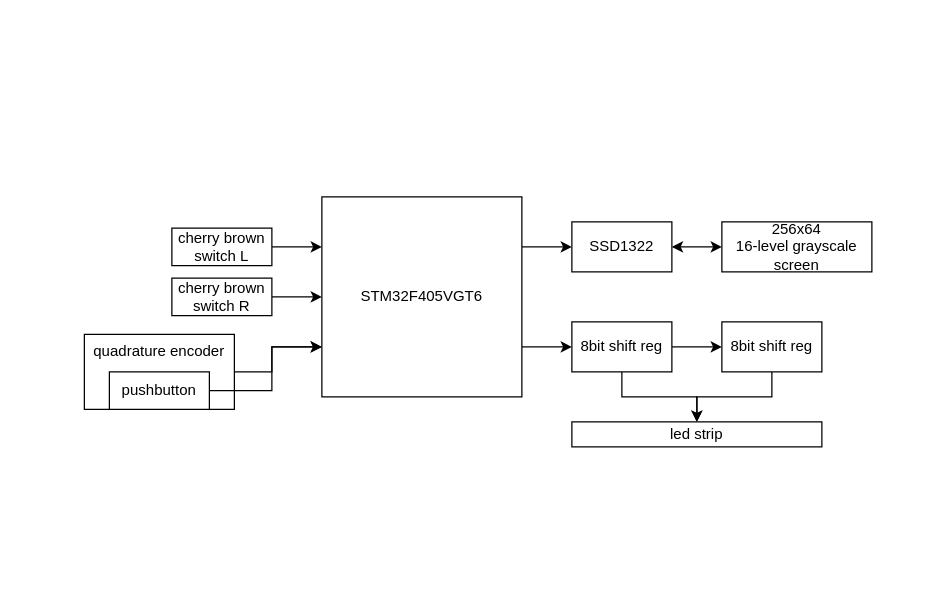
Above: sbc3.drawio in lprib/drawio (draw.io), before the change. Source tidied: cells renumbered, new cells numbered last; positions are measured from the earlier drawing's top-left corner, leaving out a move shared by most shapes. Both pictures are drawn from the tidied source at 125%, with x=0, y=0 at pixel (84, 196).
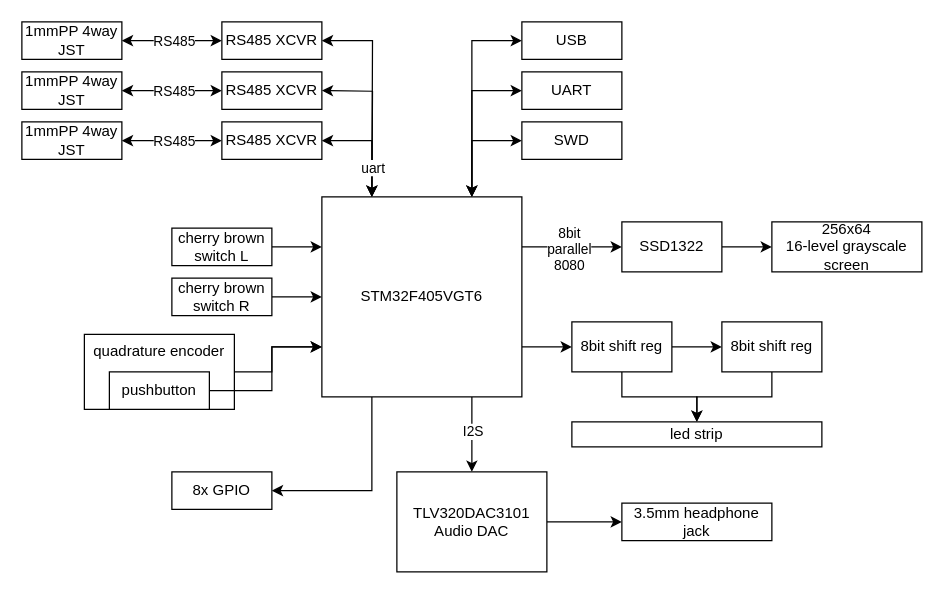
The same page after the edit.

Unchanged cells that the change refers to:
```xml
<mxCell id="2" style="edgeStyle=orthogonalEdgeStyle;rounded=0;jettySize=auto;html=1;entryX=0;entryY=0.5;entryDx=0;entryDy=0;exitX=1;exitY=0.25;exitDx=0;exitDy=0;" parent="1" edge="1" source="4" target="6">
  <mxGeometry relative="1" as="geometry" />
</mxCell>
<mxCell id="4" value="STM32F405VGT6" style="rounded=0;whiteSpace=wrap;html=1;" parent="1" vertex="1">
  <mxGeometry x="190" width="160" height="160" as="geometry" />
</mxCell>
```

What changed in the source:
```diff
@@
+    <mxCell id="22" value="&lt;div&gt;8bit&lt;/div&gt;&lt;div&gt;parallel&lt;/div&gt;&lt;div&gt;8080&lt;br&gt;&lt;/div&gt;" style="edgeLabel;html=1;align=center;verticalAlign=middle;" parent="2" vertex="1">
+      <mxGeometry x="-0.07" y="-1" relative="1" as="geometry" />
+    </mxCell>
@@
+    <mxCell id="23" style="edgeStyle=orthogonalEdgeStyle;rounded=0;jettySize=auto;html=1;entryX=0.5;entryY=0;entryDx=0;entryDy=0;exitX=0.75;exitY=1;exitDx=0;exitDy=0;" parent="1" edge="1" source="4" target="41">
+      <mxGeometry relative="1" as="geometry" />
+    </mxCell>
+    <mxCell id="24" value="I2S" style="edgeLabel;html=1;align=center;verticalAlign=middle;" parent="23" vertex="1">
+      <mxGeometry x="-0.09" relative="1" as="geometry" />
+    </mxCell>
+    <mxCell id="25" style="edgeStyle=orthogonalEdgeStyle;rounded=0;jettySize=auto;html=1;entryX=1;entryY=0.5;entryDx=0;entryDy=0;exitX=0.25;exitY=1;exitDx=0;exitDy=0;" parent="1" edge="1" source="4" target="51">
+      <mxGeometry relative="1" as="geometry" />
+    </mxCell>
@@
-    <mxCell id="5" style="edgeStyle=orthogonalEdgeStyle;rounded=0;jettySize=auto;html=1;entryX=0;entryY=0.5;entryDx=0;entryDy=0;startArrow=classic;startFill=1;" parent="1" edge="1" source="6" target="7">
+    <mxCell id="5" style="edgeStyle=orthogonalEdgeStyle;rounded=0;jettySize=auto;html=1;entryX=0;entryY=0.5;entryDx=0;entryDy=0;startArrow=none;startFill=0;" parent="1" edge="1" source="6" target="7">
       <mxGeometry relative="1" as="geometry" />
     </mxCell>
     <mxCell id="6" value="SSD1322" style="rounded=0;whiteSpace=wrap;html=1;" parent="1" vertex="1">
-      <mxGeometry x="390" y="20" width="80" height="40" as="geometry" />
+      <mxGeometry x="430" y="20" width="80" height="40" as="geometry" />
     </mxCell>
     <mxCell id="7" value="&lt;div&gt;256x64&lt;/div&gt;&lt;div&gt;16-level grayscale screen&lt;br&gt;&lt;/div&gt;" style="rounded=0;whiteSpace=wrap;html=1;" parent="1" vertex="1">
-      <mxGeometry x="510" y="20" width="120" height="40" as="geometry" />
+      <mxGeometry x="550" y="20" width="120" height="40" as="geometry" />
     </mxCell>
@@
+    <mxCell id="26" style="edgeStyle=orthogonalEdgeStyle;rounded=0;jettySize=auto;html=1;entryX=0.75;entryY=0;entryDx=0;entryDy=0;startArrow=classic;startFill=1;" parent="1" edge="1" source="27" target="4">
+      <mxGeometry relative="1" as="geometry">
+        <Array as="points">
+          <mxPoint x="310" y="-125" />
+        </Array>
+      </mxGeometry>
+    </mxCell>
+    <mxCell id="27" value="USB" style="rounded=0;whiteSpace=wrap;html=1;" parent="1" vertex="1">
+      <mxGeometry x="350" y="-140" width="80" height="30" as="geometry" />
+    </mxCell>
+    <mxCell id="28" style="edgeStyle=orthogonalEdgeStyle;rounded=0;jettySize=auto;html=1;entryX=0.75;entryY=0;entryDx=0;entryDy=0;startArrow=classic;startFill=1;" parent="1" edge="1" source="29" target="4">
+      <mxGeometry relative="1" as="geometry">
+        <Array as="points">
+          <mxPoint x="310" y="-85" />
+        </Array>
+      </mxGeometry>
+    </mxCell>
+    <mxCell id="29" value="UART" style="rounded=0;whiteSpace=wrap;html=1;" parent="1" vertex="1">
+      <mxGeometry x="350" y="-100" width="80" height="30" as="geometry" />
+    </mxCell>
+    <mxCell id="30" style="edgeStyle=orthogonalEdgeStyle;rounded=0;jettySize=auto;html=1;entryX=0.75;entryY=0;entryDx=0;entryDy=0;startArrow=classic;startFill=1;" parent="1" edge="1" source="31" target="4">
+      <mxGeometry relative="1" as="geometry">
+        <Array as="points">
+          <mxPoint x="310" y="-45" />
+        </Array>
+      </mxGeometry>
+    </mxCell>
+    <mxCell id="31" value="SWD" style="rounded=0;whiteSpace=wrap;html=1;" parent="1" vertex="1">
+      <mxGeometry x="350" y="-60" width="80" height="30" as="geometry" />
+    </mxCell>
+    <mxCell id="32" style="edgeStyle=orthogonalEdgeStyle;rounded=0;jettySize=auto;html=1;startArrow=classic;startFill=1;" parent="1" edge="1" source="33">
+      <mxGeometry relative="1" as="geometry">
+        <mxPoint x="230" as="targetPoint" />
+      </mxGeometry>
+    </mxCell>
+    <mxCell id="33" value="RS485 XCVR" style="rounded=0;whiteSpace=wrap;html=1;" parent="1" vertex="1">
+      <mxGeometry x="110" y="-140" width="80" height="30" as="geometry" />
+    </mxCell>
+    <mxCell id="34" style="edgeStyle=orthogonalEdgeStyle;rounded=0;jettySize=auto;html=1;entryX=0;entryY=0.5;entryDx=0;entryDy=0;startArrow=classic;startFill=1;" parent="1" edge="1" source="36" target="33">
+      <mxGeometry relative="1" as="geometry" />
+    </mxCell>
+    <mxCell id="35" value="RS485" style="edgeLabel;html=1;align=center;verticalAlign=middle;" parent="34" vertex="1">
+      <mxGeometry x="0.02" relative="1" as="geometry" />
+    </mxCell>
+    <mxCell id="36" value="1mmPP 4way JST" style="rounded=0;whiteSpace=wrap;html=1;" parent="1" vertex="1">
+      <mxGeometry x="-50" y="-140" width="80" height="30" as="geometry" />
+    </mxCell>
+    <mxCell id="37" style="edgeStyle=orthogonalEdgeStyle;rounded=0;orthogonalLoop=1;jettySize=auto;html=1;startArrow=classic;startFill=1;" parent="1" edge="1">
+      <mxGeometry relative="1" as="geometry">
+        <mxPoint x="190" y="-85" as="sourcePoint" />
+        <mxPoint x="230" as="targetPoint" />
+      </mxGeometry>
+    </mxCell>
+    <mxCell id="38" style="edgeStyle=orthogonalEdgeStyle;rounded=0;jettySize=auto;html=1;entryX=0.25;entryY=0;entryDx=0;entryDy=0;startArrow=classic;startFill=1;" parent="1" edge="1" target="4">
+      <mxGeometry relative="1" as="geometry">
+        <mxPoint x="190" y="-45" as="sourcePoint" />
+        <Array as="points">
+          <mxPoint x="230" y="-45" />
+        </Array>
+      </mxGeometry>
+    </mxCell>
+    <mxCell id="39" value="uart" style="edgeLabel;html=1;align=center;verticalAlign=middle;" parent="38" vertex="1">
+      <mxGeometry x="0.44" relative="1" as="geometry" />
+    </mxCell>
+    <mxCell id="40" style="edgeStyle=orthogonalEdgeStyle;rounded=0;jettySize=auto;html=1;entryX=0;entryY=0.5;entryDx=0;entryDy=0;" parent="1" edge="1" source="41" target="50">
+      <mxGeometry relative="1" as="geometry" />
+    </mxCell>
+    <mxCell id="41" value="&lt;div&gt;TLV320DAC3101&lt;/div&gt;&lt;div&gt;Audio DAC&lt;br&gt;&lt;/div&gt;" style="rounded=0;whiteSpace=wrap;html=1;" parent="1" vertex="1">
+      <mxGeometry x="250" y="220" width="120" height="80" as="geometry" />
+    </mxCell>
+    <mxCell id="42" value="1mmPP 4way JST" style="rounded=0;whiteSpace=wrap;html=1;" parent="1" vertex="1">
+      <mxGeometry x="-50" y="-100" width="80" height="30" as="geometry" />
+    </mxCell>
+    <mxCell id="43" style="edgeStyle=orthogonalEdgeStyle;rounded=0;jettySize=auto;html=1;entryX=0;entryY=0.5;entryDx=0;entryDy=0;startArrow=classic;startFill=1;" parent="1" edge="1" source="42" target="45">
+      <mxGeometry relative="1" as="geometry" />
+    </mxCell>
+    <mxCell id="44" value="RS485" style="edgeLabel;html=1;align=center;verticalAlign=middle;" parent="43" vertex="1">
+      <mxGeometry x="0.02" relative="1" as="geometry" />
+    </mxCell>
+    <mxCell id="45" value="RS485 XCVR" style="rounded=0;whiteSpace=wrap;html=1;" parent="1" vertex="1">
+      <mxGeometry x="110" y="-100" width="80" height="30" as="geometry" />
+    </mxCell>
+    <mxCell id="46" value="1mmPP 4way JST" style="rounded=0;whiteSpace=wrap;html=1;" parent="1" vertex="1">
+      <mxGeometry x="-50" y="-60" width="80" height="30" as="geometry" />
+    </mxCell>
+    <mxCell id="47" style="edgeStyle=orthogonalEdgeStyle;rounded=0;jettySize=auto;html=1;entryX=0;entryY=0.5;entryDx=0;entryDy=0;startArrow=classic;startFill=1;" parent="1" edge="1" source="46" target="49">
+      <mxGeometry relative="1" as="geometry" />
+    </mxCell>
+    <mxCell id="48" value="RS485" style="edgeLabel;html=1;align=center;verticalAlign=middle;" parent="47" vertex="1">
+      <mxGeometry x="0.02" relative="1" as="geometry" />
+    </mxCell>
+    <mxCell id="49" value="RS485 XCVR" style="rounded=0;whiteSpace=wrap;html=1;" parent="1" vertex="1">
+      <mxGeometry x="110" y="-60" width="80" height="30" as="geometry" />
+    </mxCell>
+    <mxCell id="50" value="3.5mm headphone jack" style="rounded=0;whiteSpace=wrap;html=1;" parent="1" vertex="1">
+      <mxGeometry x="430" y="245" width="120" height="30" as="geometry" />
+    </mxCell>
+    <mxCell id="51" value="8x GPIO" style="rounded=0;whiteSpace=wrap;html=1;" parent="1" vertex="1">
+      <mxGeometry x="70" y="220" width="80" height="30" as="geometry" />
+    </mxCell>
```
